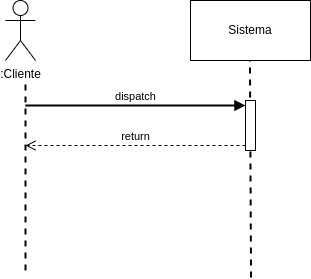
This is doc/preventivoSD.png from 446f6e6e79/ConfiguratoreAuto, a draw.io export, as it was before one commit. Source tidied: cells renumbered, new cells last; positions are measured from the earlier drawing's top-left corner, leaving out a move shared by most shapes.
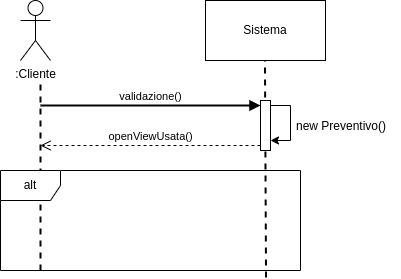
After the change.

Change to the diagram source:
```diff
@@ -20,18 +20,32 @@
         <mxPoint x="20" y="80" as="targetPoint" />
       </mxGeometry>
     </mxCell>
+    <mxCell id="9" style="edgeStyle=orthogonalEdgeStyle;rounded=0;orthogonalLoop=1;jettySize=auto;html=1;curved=0;exitX=1;exitY=0;exitDx=0;exitDy=5;exitPerimeter=0;" parent="1" edge="1" source="6" target="6">
+      <mxGeometry relative="1" as="geometry">
+        <Array as="points">
+          <mxPoint x="270" y="105" />
+          <mxPoint x="270" y="140" />
+        </Array>
+      </mxGeometry>
+    </mxCell>
     <mxCell id="6" style="html=1;points=[[0,0,0,0,5],[0,1,0,0,-5],[1,0,0,0,5],[1,1,0,0,-5]];perimeter=orthogonalPerimeter;outlineConnect=0;targetShapes=umlLifeline;portConstraint=eastwest;newEdgeStyle={&quot;curved&quot;:0,&quot;rounded&quot;:0};" parent="1" vertex="1">
       <mxGeometry x="240" y="100" width="10" height="50" as="geometry" />
     </mxCell>
-    <mxCell id="7" value="dispatch" style="html=1;verticalAlign=bottom;endArrow=block;curved=0;rounded=0;entryX=0;entryY=0;entryDx=0;entryDy=5;strokeWidth=2;" parent="1" edge="1" target="6">
+    <mxCell id="7" value="validazione()" style="html=1;verticalAlign=bottom;endArrow=block;curved=0;rounded=0;entryX=0;entryY=0;entryDx=0;entryDy=5;strokeWidth=2;" parent="1" edge="1" target="6">
       <mxGeometry relative="1" as="geometry">
         <mxPoint x="20" y="105" as="sourcePoint" />
       </mxGeometry>
     </mxCell>
-    <mxCell id="8" value="return" style="html=1;verticalAlign=bottom;endArrow=open;dashed=1;endSize=8;curved=0;rounded=0;exitX=0;exitY=1;exitDx=0;exitDy=-5;" parent="1" edge="1" source="6">
+    <mxCell id="8" value="openViewUsata()" style="html=1;verticalAlign=bottom;endArrow=open;dashed=1;endSize=8;curved=0;rounded=0;exitX=0;exitY=1;exitDx=0;exitDy=-5;" parent="1" edge="1" source="6">
       <mxGeometry relative="1" as="geometry">
         <mxPoint x="20" y="145" as="targetPoint" />
       </mxGeometry>
     </mxCell>
+    <mxCell id="10" value="new Preventivo()" style="text;strokeColor=none;fillColor=none;align=left;verticalAlign=top;spacingLeft=4;spacingRight=4;overflow=hidden;whiteSpace=wrap;html=1;" parent="1" vertex="1">
+      <mxGeometry x="270" y="112" width="110" height="26" as="geometry" />
+    </mxCell>
+    <mxCell id="11" value="alt" style="shape=umlFrame;whiteSpace=wrap;html=1;" parent="1" vertex="1">
+      <mxGeometry x="-20" y="170" width="300" height="100" as="geometry" />
+    </mxCell>
   </root>
 </mxGraphModel>
```
